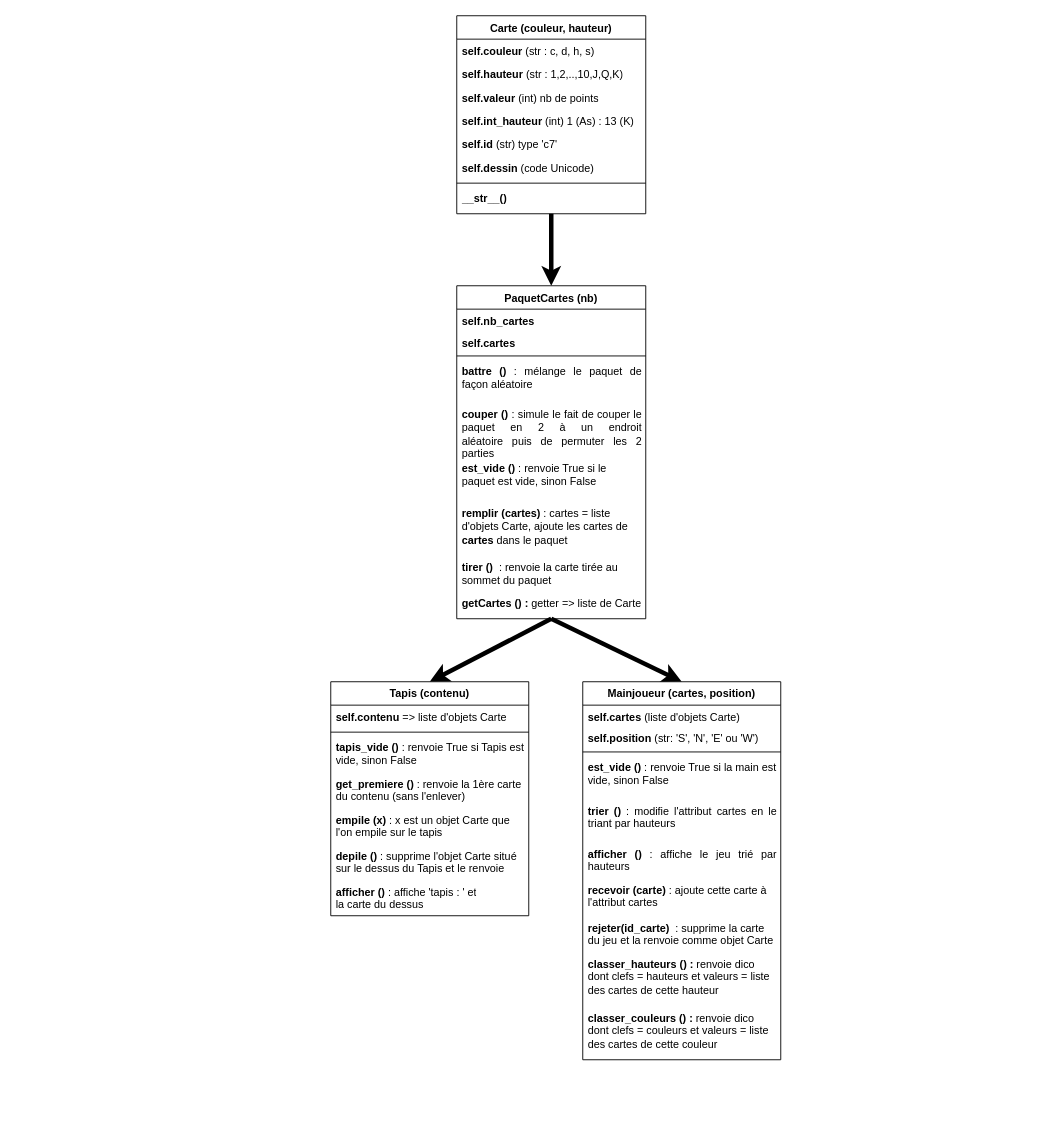
Before: page "jalon_2" (2 of 2) of diagramme_classes_V1.drawio in gaspth64/pharaon, a draw.io diagram. Source tidied: cells renumbered, new cells numbered last; positions are measured from the earlier drawing's top-left corner, leaving out a move shared by most shapes. Both pictures are drawn from the tidied source at 90%, with x=0, y=0 at pixel (330, 15).
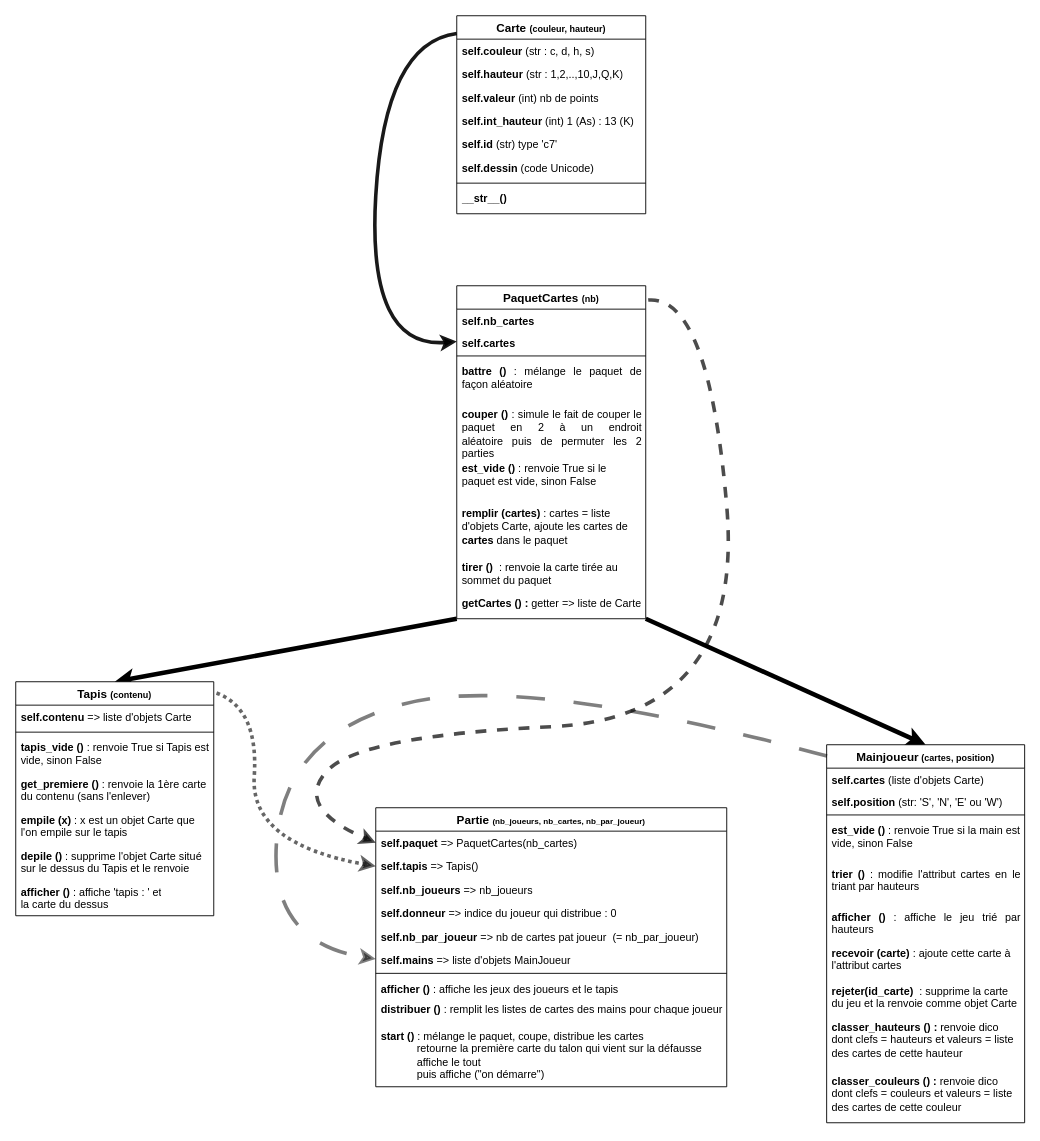
The same page after the edit.

Commit message (it also covers changes not shown here):
classe Partie ajoutée

The change refers to these unchanged cells:
```xml
<mxCell id="35" value="&lt;b&gt;self.cartes&amp;nbsp;&lt;/b&gt;" style="text;align=left;verticalAlign=top;spacingLeft=4;spacingRight=4;overflow=hidden;points=[[0,0.5],[1,0.5]];portConstraint=eastwest;html=1;whiteSpace=wrap;" parent="33" vertex="1">
  <mxGeometry y="50" width="210" height="24" as="geometry" />
</mxCell>
```

Change to the diagram source:
```diff
@@
-    <mxCell id="2" style="edgeStyle=none;html=1;exitX=0.5;exitY=1;exitDx=0;exitDy=0;entryX=0.5;entryY=0;entryDx=0;entryDy=0;strokeWidth=5;" parent="1" edge="1" source="33" target="22">
+    <mxCell id="2" style="edgeStyle=none;html=1;exitX=1;exitY=1;exitDx=0;exitDy=0;entryX=0.5;entryY=0;entryDx=0;entryDy=0;strokeWidth=5;" parent="1" edge="1" source="33" target="22">
       <mxGeometry relative="1" as="geometry" />
     </mxCell>
-    <mxCell id="3" style="edgeStyle=none;html=1;exitX=0.5;exitY=1;exitDx=0;exitDy=0;strokeWidth=5;" parent="1" edge="1" source="4" target="33">
-      <mxGeometry relative="1" as="geometry" />
-    </mxCell>
-    <mxCell id="4" value="&lt;b&gt;Carte (couleur, hauteur)&lt;/b&gt;" style="swimlane;fontStyle=0;align=center;verticalAlign=top;horizontal=1;startSize=26;rounded=0;shadow=0;strokeWidth=1;html=1;whiteSpace=wrap;" parent="1" vertex="1">
+    <mxCell id="4" value="&lt;b style=&quot;font-size: 13px;&quot;&gt;&lt;font style=&quot;font-size: 13px;&quot;&gt;Carte&lt;/font&gt; &lt;/b&gt;&lt;b style=&quot;&quot;&gt;&lt;font style=&quot;font-size: 10px;&quot;&gt;(couleur, hauteur)&lt;/font&gt;&lt;/b&gt;" style="swimlane;fontStyle=0;align=center;verticalAlign=top;horizontal=1;startSize=26;rounded=0;shadow=0;strokeWidth=1;html=1;whiteSpace=wrap;" parent="1" vertex="1">
       <mxGeometry x="140" width="210" height="220" as="geometry" />
     </mxCell>
@@
-    <mxCell id="13" style="edgeStyle=none;html=1;entryX=0.5;entryY=0;entryDx=0;entryDy=0;strokeWidth=5;exitX=0.5;exitY=1;exitDx=0;exitDy=0;" parent="1" edge="1" source="33" target="14">
+    <mxCell id="13" style="edgeStyle=none;html=1;entryX=0.5;entryY=0;entryDx=0;entryDy=0;strokeWidth=5;exitX=0;exitY=1;exitDx=0;exitDy=0;" parent="1" edge="1" source="33" target="14">
       <mxGeometry relative="1" as="geometry" />
     </mxCell>
-    <mxCell id="14" value="&lt;b&gt;Tapis (contenu)&lt;/b&gt;" style="swimlane;fontStyle=0;align=center;verticalAlign=top;horizontal=1;startSize=26;rounded=0;shadow=0;strokeWidth=1;html=1;whiteSpace=wrap;" parent="1" vertex="1">
-      <mxGeometry y="740" width="220" height="260" as="geometry" />
+    <mxCell id="14" value="&lt;b style=&quot;font-size: 13px;&quot;&gt;&lt;font style=&quot;font-size: 13px;&quot;&gt;Tapis&lt;/font&gt; &lt;font style=&quot;font-size: 10px;&quot;&gt;(contenu)&lt;/font&gt;&lt;/b&gt;" style="swimlane;fontStyle=0;align=center;verticalAlign=top;horizontal=1;startSize=26;rounded=0;shadow=0;strokeWidth=1;html=1;whiteSpace=wrap;" parent="1" vertex="1">
+      <mxGeometry x="-350" y="740" width="220" height="260" as="geometry" />
     </mxCell>
@@
-    <mxCell id="22" value="&lt;b&gt;Mainjoueur (cartes, position)&lt;/b&gt;" style="swimlane;fontStyle=0;align=center;verticalAlign=top;horizontal=1;startSize=26;rounded=0;shadow=0;strokeWidth=1;html=1;whiteSpace=wrap;" parent="1" vertex="1">
-      <mxGeometry x="280" y="740" width="220" height="420" as="geometry" />
+    <mxCell id="22" value="&lt;b style=&quot;&quot;&gt;&lt;font style=&quot;font-size: 13px;&quot;&gt;Mainjoueur&lt;/font&gt;&lt;span style=&quot;font-size: 11px;&quot;&gt; &lt;/span&gt;&lt;font style=&quot;font-size: 10px;&quot;&gt;(cartes, position&lt;/font&gt;&lt;font style=&quot;font-size: 11px;&quot;&gt;)&lt;/font&gt;&lt;/b&gt;" style="swimlane;fontStyle=0;align=center;verticalAlign=top;horizontal=1;startSize=26;rounded=0;shadow=0;strokeWidth=1;html=1;whiteSpace=wrap;" parent="1" vertex="1">
+      <mxGeometry x="551" y="810" width="220" height="420" as="geometry" />
     </mxCell>
@@
-    <mxCell id="33" value="&lt;b&gt;PaquetCartes (nb)&lt;/b&gt;" style="swimlane;fontStyle=0;align=center;verticalAlign=top;horizontal=1;startSize=26;rounded=0;shadow=0;strokeWidth=1;html=1;whiteSpace=wrap;" parent="1" vertex="1">
+    <mxCell id="33" value="&lt;b style=&quot;font-size: 13px;&quot;&gt;&lt;font style=&quot;font-size: 13px;&quot;&gt;PaquetCartes&lt;/font&gt; &lt;/b&gt;&lt;b style=&quot;&quot;&gt;&lt;font style=&quot;font-size: 10px;&quot;&gt;(nb)&lt;/font&gt;&lt;/b&gt;" style="swimlane;fontStyle=0;align=center;verticalAlign=top;horizontal=1;startSize=26;rounded=0;shadow=0;strokeWidth=1;html=1;whiteSpace=wrap;" parent="1" vertex="1">
       <mxGeometry x="140" y="300" width="210" height="370" as="geometry" />
     </mxCell>
@@
+    <mxCell id="43" value="&lt;b style=&quot;font-size: 13px;&quot;&gt;&lt;font style=&quot;font-size: 13px;&quot;&gt;Partie&lt;/font&gt; &lt;font style=&quot;font-size: 9px;&quot;&gt;(nb_joueurs, nb_cartes, nb_par_joueur)&lt;/font&gt;&lt;/b&gt;" style="swimlane;fontStyle=0;align=center;verticalAlign=top;horizontal=1;startSize=26;rounded=0;shadow=0;strokeWidth=1;html=1;whiteSpace=wrap;" parent="1" vertex="1">
+      <mxGeometry x="50" y="880" width="390" height="310" as="geometry" />
+    </mxCell>
+    <mxCell id="44" value="&lt;b&gt;self.paquet&lt;/b&gt;&amp;nbsp;=&amp;gt; PaquetCartes(nb_cartes)" style="text;align=left;verticalAlign=top;spacingLeft=4;spacingRight=4;overflow=hidden;points=[[0,0.5],[1,0.5]];portConstraint=eastwest;fontStyle=0;html=1;whiteSpace=wrap;" parent="43" vertex="1">
+      <mxGeometry y="26" width="390" height="26" as="geometry" />
+    </mxCell>
+    <mxCell id="45" value="&lt;b&gt;self.tapis&lt;/b&gt;&amp;nbsp;=&amp;gt; Tapis()" style="text;align=left;verticalAlign=top;spacingLeft=4;spacingRight=4;overflow=hidden;points=[[0,0.5],[1,0.5]];portConstraint=eastwest;fontStyle=0;html=1;whiteSpace=wrap;" parent="43" vertex="1">
+      <mxGeometry y="52" width="390" height="26" as="geometry" />
+    </mxCell>
+    <mxCell id="46" value="&lt;b&gt;self.nb_joueurs&lt;/b&gt;&amp;nbsp;=&amp;gt; nb_joueurs" style="text;align=left;verticalAlign=top;spacingLeft=4;spacingRight=4;overflow=hidden;fontStyle=0;html=1;whiteSpace=wrap;" parent="43" vertex="1">
+      <mxGeometry y="78" width="390" height="26" as="geometry" />
+    </mxCell>
+    <mxCell id="47" value="&lt;b&gt;self.donneur&lt;/b&gt;&amp;nbsp;=&amp;gt; indice du joueur qui distribue : 0" style="text;align=left;verticalAlign=top;spacingLeft=4;spacingRight=4;overflow=hidden;fontStyle=0;html=1;whiteSpace=wrap;" parent="43" vertex="1">
+      <mxGeometry y="104" width="390" height="26" as="geometry" />
+    </mxCell>
+    <mxCell id="48" value="&lt;b&gt;self.nb_par_joueur&lt;/b&gt;&amp;nbsp;=&amp;gt; nb de cartes pat joueur&amp;nbsp; (= nb_par_joueur)" style="text;align=left;verticalAlign=top;spacingLeft=4;spacingRight=4;overflow=hidden;fontStyle=0;html=1;whiteSpace=wrap;" parent="43" vertex="1">
+      <mxGeometry y="130" width="390" height="26" as="geometry" />
+    </mxCell>
+    <mxCell id="49" value="&lt;b&gt;self.mains&lt;/b&gt;&amp;nbsp;=&amp;gt; liste d'objets MainJoueur" style="text;align=left;verticalAlign=top;spacingLeft=4;spacingRight=4;overflow=hidden;points=[[0,0.5],[1,0.5]];portConstraint=eastwest;html=1;whiteSpace=wrap;" parent="43" vertex="1">
+      <mxGeometry y="156" width="390" height="24" as="geometry" />
+    </mxCell>
+    <mxCell id="50" style="line;html=1;strokeWidth=1;align=left;verticalAlign=middle;spacingTop=-1;spacingLeft=3;spacingRight=3;labelPosition=right;whiteSpace=wrap;" parent="43" vertex="1">
+      <mxGeometry y="180" width="390" height="8" as="geometry" />
+    </mxCell>
+    <mxCell id="51" value="&lt;b&gt;afficher ()&lt;/b&gt; :&amp;nbsp;&lt;span style=&quot;background-color: initial;&quot;&gt;affiche les jeux des joueurs&amp;nbsp;&lt;/span&gt;&lt;span style=&quot;background-color: initial;&quot;&gt;et le tapis&lt;/span&gt;&lt;span style=&quot;background-color: initial;&quot;&gt;&lt;br&gt;&lt;/span&gt;" style="text;align=left;verticalAlign=top;spacingLeft=4;spacingRight=4;overflow=hidden;html=1;whiteSpace=wrap;" parent="43" vertex="1">
+      <mxGeometry y="188" width="390" height="22" as="geometry" />
+    </mxCell>
+    <mxCell id="52" value="&lt;b&gt;distribuer ()&lt;/b&gt; : remplit les listes de cartes des mains pour chaque joueur" style="text;align=left;verticalAlign=top;spacingLeft=4;spacingRight=4;overflow=hidden;html=1;whiteSpace=wrap;" parent="43" vertex="1">
+      <mxGeometry y="210" width="390" height="30" as="geometry" />
+    </mxCell>
+    <mxCell id="53" value="&lt;b&gt;start () &lt;/b&gt;:&amp;nbsp;&lt;span style=&quot;background-color: initial;&quot;&gt;mélange le paquet, coupe, distribue les cartes&lt;/span&gt;&lt;div&gt;&amp;nbsp; &amp;nbsp; &amp;nbsp; &amp;nbsp; &amp;nbsp; &amp;nbsp; retourne la première carte du talon qui vient sur la défausse&lt;/div&gt;&lt;div&gt;&amp;nbsp; &amp;nbsp; &amp;nbsp; &amp;nbsp; &amp;nbsp; &amp;nbsp; affiche le tout&lt;/div&gt;&lt;div&gt;&amp;nbsp; &amp;nbsp; &amp;nbsp; &amp;nbsp; &amp;nbsp; &amp;nbsp; puis affiche (&quot;on démarre&quot;)&lt;/div&gt;" style="text;align=left;verticalAlign=top;spacingLeft=4;spacingRight=4;overflow=hidden;html=1;whiteSpace=wrap;" parent="43" vertex="1">
+      <mxGeometry y="240" width="390" height="70" as="geometry" />
+    </mxCell>
+    <mxCell id="54" style="curved=1;endArrow=classic;html=1;fontSize=13;exitX=1.013;exitY=0.043;exitDx=0;exitDy=0;exitPerimeter=0;entryX=0;entryY=0.5;entryDx=0;entryDy=0;strokeWidth=4;dashed=1;opacity=70;" parent="1" edge="1" source="33" target="44">
+      <mxGeometry relative="1" as="geometry">
+        <Array as="points">
+          <mxPoint x="420" y="310" />
+          <mxPoint x="460" y="780" />
+          <mxPoint x="30" y="800" />
+          <mxPoint x="-40" y="880" />
+        </Array>
+      </mxGeometry>
+    </mxCell>
+    <mxCell id="55" style="curved=1;endArrow=classic;html=1;dashed=1;strokeWidth=4;fontSize=13;exitX=0.002;exitY=0.03;exitDx=0;exitDy=0;exitPerimeter=0;entryX=0;entryY=0.5;entryDx=0;entryDy=0;dashPattern=8 8;opacity=50;" parent="1" edge="1" source="22" target="49">
+      <mxGeometry relative="1" as="geometry">
+        <Array as="points">
+          <mxPoint x="210" y="730" />
+          <mxPoint x="-50" y="800" />
+          <mxPoint x="-70" y="1030" />
+        </Array>
+      </mxGeometry>
+    </mxCell>
+    <mxCell id="56" style="curved=1;endArrow=classic;html=1;dashed=1;dashPattern=1 1;strokeWidth=4;fontSize=13;opacity=60;entryX=0;entryY=0.5;entryDx=0;entryDy=0;exitX=1.014;exitY=0.048;exitDx=0;exitDy=0;exitPerimeter=0;" parent="1" edge="1" source="14" target="45">
+      <mxGeometry relative="1" as="geometry">
+        <Array as="points">
+          <mxPoint x="-80" y="770" />
+          <mxPoint x="-90" y="920" />
+        </Array>
+      </mxGeometry>
+    </mxCell>
+    <mxCell id="57" style="curved=1;endArrow=classic;html=1;strokeWidth=4;fontSize=13;opacity=90;entryX=0;entryY=0.5;entryDx=0;entryDy=0;exitX=0;exitY=0.09;exitDx=0;exitDy=0;exitPerimeter=0;" parent="1" edge="1" source="4" target="35">
+      <mxGeometry relative="1" as="geometry">
+        <Array as="points">
+          <mxPoint x="60" y="30" />
+          <mxPoint x="40" y="370" />
+        </Array>
+      </mxGeometry>
+    </mxCell>
```
